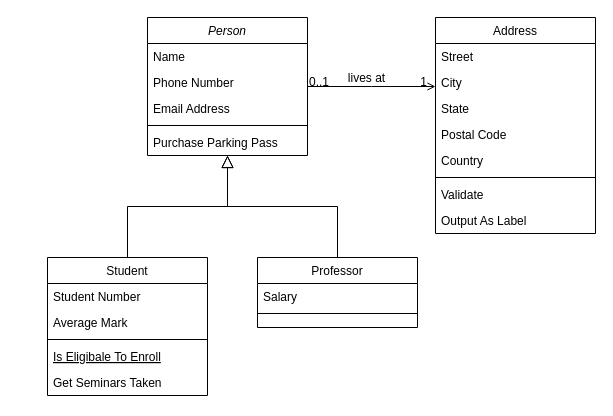
Above: 未命名绘图.drawio in wdnb/UML (draw.io), before the change. Source tidied: cells renumbered, new cells numbered last; positions are measured from the earlier drawing's top-left corner, leaving out a move shared by most shapes. Both pictures are drawn from the tidied source at 100%, with x=0, y=0 at pixel (47, 17).
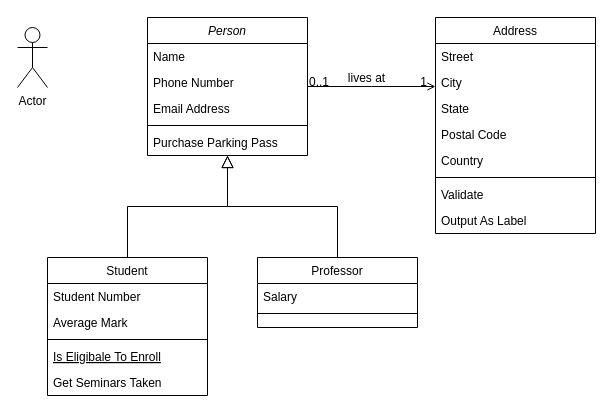
Above is the later version.

Commit message:
更新未命名绘图.drawio

Change to the diagram source:
```diff
@@
+    <mxCell id="32" value="Actor" style="shape=umlActor;verticalLabelPosition=bottom;verticalAlign=top;html=1;" parent="1" vertex="1">
+      <mxGeometry x="-30" y="10" width="30" height="60" as="geometry" />
+    </mxCell>
```
